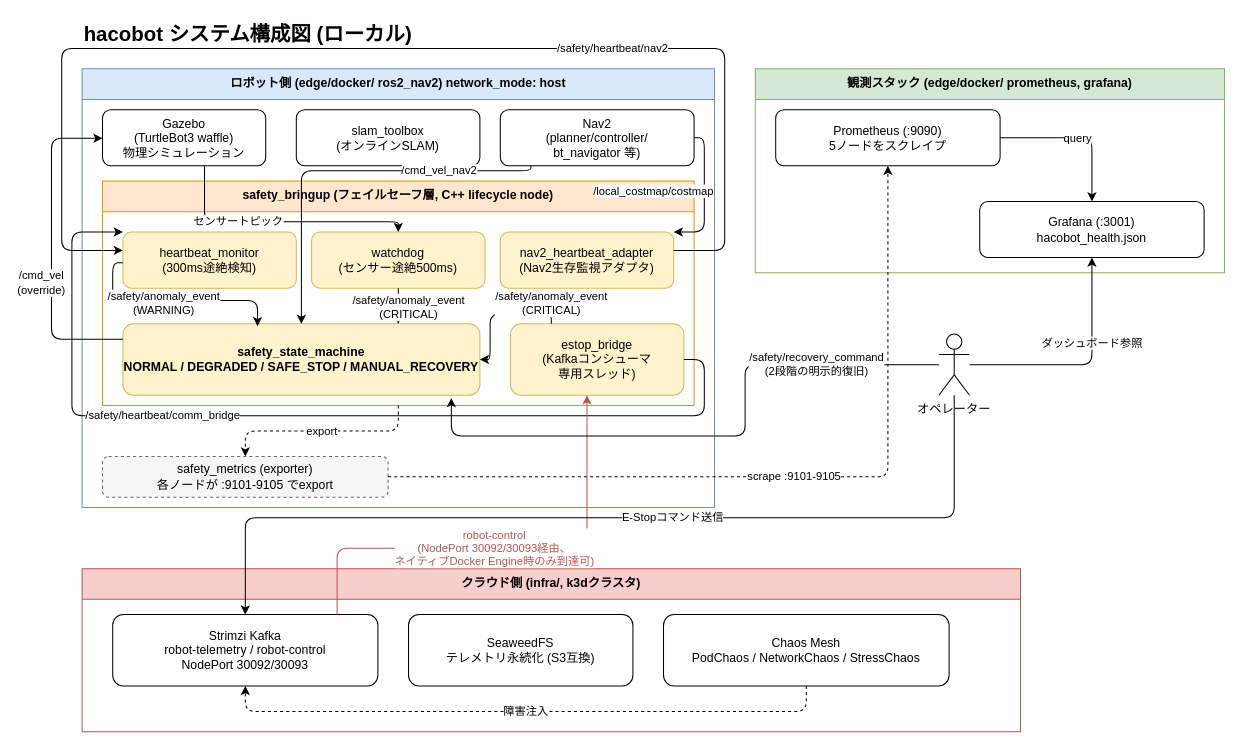
Earlier version of the draw.io diagram docs/architecture-diagram.drawio (daigo424/hacobot). Source tidied: cells renumbered, new cells numbered last; positions are measured from the earlier drawing's top-left corner, leaving out a move shared by most shapes. Both pictures are drawn from the tidied source at 102%, with x=0, y=0 at pixel (51, 17).
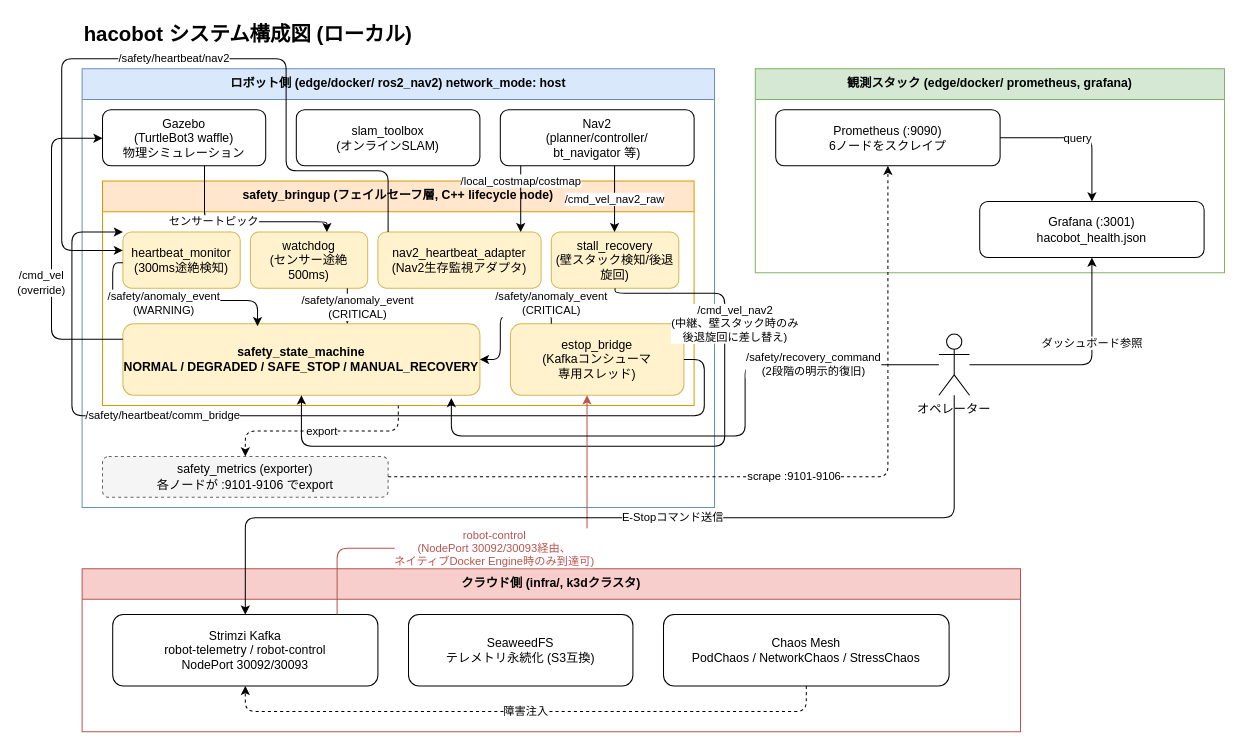
The same diagram, later.

The change refers to these unchanged cells:
```xml
<mxCell id="3" value="ロボット側 (edge/docker/ ros2_nav2) network_mode: host" style="swimlane;whiteSpace=wrap;html=1;startSize=30;fillColor=#DAE8FC;strokeColor=#6C8EBF;verticalAlign=top;fontStyle=1;" parent="1" vertex="1">
  <mxGeometry x="30" y="50" width="620" height="430" as="geometry" />
</mxCell>
<mxCell id="4" value="Gazebo&#10;(TurtleBot3 waffle)&#10;物理シミュレーション" style="rounded=1;whiteSpace=wrap;html=1;fillColor=#FFFFFF;strokeColor=#000000;" parent="3" vertex="1">
  <mxGeometry x="20" y="40" width="160" height="55" as="geometry" />
</mxCell>
<mxCell id="6" value="Nav2&#10;(planner/controller/&#10;bt_navigator 等)" style="rounded=1;whiteSpace=wrap;html=1;fillColor=#FFFFFF;strokeColor=#000000;" parent="3" vertex="1">
  <mxGeometry x="410" y="40" width="190" height="55" as="geometry" />
</mxCell>
<mxCell id="7" value="safety_bringup (フェイルセーフ層, C++ lifecycle node)" style="swimlane;whiteSpace=wrap;html=1;startSize=30;fillColor=#FFE6CC;strokeColor=#D79B00;verticalAlign=top;fontStyle=1;" parent="3" vertex="1">
  <mxGeometry x="20" y="110" width="580" height="220" as="geometry" />
</mxCell>
<mxCell id="11" value="safety_state_machine&#10;NORMAL / DEGRADED / SAFE_STOP / MANUAL_RECOVERY" style="rounded=1;whiteSpace=wrap;html=1;fillColor=#FFF2CC;strokeColor=#D6B656;fontStyle=1;" parent="7" vertex="1">
  <mxGeometry x="20" y="140" width="350" height="70" as="geometry" />
</mxCell>
<mxCell id="12" value="estop_bridge&#10;(Kafkaコンシューマ&#10;専用スレッド)" style="rounded=1;whiteSpace=wrap;html=1;fillColor=#FFF2CC;strokeColor=#D6B656;" parent="7" vertex="1">
  <mxGeometry x="400" y="140" width="170" height="70" as="geometry" />
</mxCell>
<mxCell id="14" value="観測スタック (edge/docker/ prometheus, grafana)" style="swimlane;whiteSpace=wrap;html=1;startSize=30;fillColor=#D5E8D4;strokeColor=#82B366;verticalAlign=top;fontStyle=1;" parent="1" vertex="1">
  <mxGeometry x="690" y="50" width="460" height="200" as="geometry" />
</mxCell>
<mxCell id="17" value="オペレーター" style="shape=umlActor;whiteSpace=wrap;html=1;verticalLabelPosition=bottom;verticalAlign=top;outlineConnect=0;fillColor=#FFFFFF;strokeColor=#000000;labelWidth=200;" parent="1" vertex="1">
  <mxGeometry x="870" y="310" width="30" height="60" as="geometry" />
</mxCell>
```

Diff of the diagram source:
```diff
@@
     <mxCell id="8" value="heartbeat_monitor&#10;(300ms途絶検知)" style="rounded=1;whiteSpace=wrap;html=1;fillColor=#FFF2CC;strokeColor=#D6B656;" parent="7" vertex="1">
-      <mxGeometry x="20" y="50" width="170" height="55" as="geometry" />
+      <mxGeometry x="20" y="50" width="115" height="55" as="geometry" />
     </mxCell>
     <mxCell id="9" value="watchdog&#10;(センサー途絶500ms)" style="rounded=1;whiteSpace=wrap;html=1;fillColor=#FFF2CC;strokeColor=#D6B656;" parent="7" vertex="1">
-      <mxGeometry x="205" y="50" width="170" height="55" as="geometry" />
+      <mxGeometry x="145" y="50" width="115" height="55" as="geometry" />
     </mxCell>
     <mxCell id="10" value="nav2_heartbeat_adapter&#10;(Nav2生存監視アダプタ)" style="rounded=1;whiteSpace=wrap;html=1;fillColor=#FFF2CC;strokeColor=#D6B656;" parent="7" vertex="1">
-      <mxGeometry x="390" y="50" width="170" height="55" as="geometry" />
+      <mxGeometry x="270" y="50" width="160" height="55" as="geometry" />
     </mxCell>
+    <mxCell id="39" value="stall_recovery&#10;(壁スタック検知/後退旋回)" style="rounded=1;whiteSpace=wrap;html=1;fillColor=#FFF2CC;strokeColor=#D6B656;" parent="7" vertex="1">
+      <mxGeometry x="440" y="50" width="125" height="55" as="geometry" />
+    </mxCell>
@@
-    <mxCell id="13" value="safety_metrics (exporter)&#10;各ノードが :9101-9105 でexport" style="rounded=1;whiteSpace=wrap;html=1;fillColor=#F5F5F5;strokeColor=#666666;dashed=1;" parent="3" vertex="1">
+    <mxCell id="13" value="safety_metrics (exporter)&#10;各ノードが :9101-9106 でexport" style="rounded=1;whiteSpace=wrap;html=1;fillColor=#F5F5F5;strokeColor=#666666;dashed=1;" parent="3" vertex="1">
       <mxGeometry x="20" y="380" width="280" height="40" as="geometry" />
     </mxCell>
@@
-    <mxCell id="15" value="Prometheus (:9090)&#10;5ノードをスクレイプ" style="rounded=1;whiteSpace=wrap;html=1;fillColor=#FFFFFF;strokeColor=#000000;" parent="14" vertex="1">
+    <mxCell id="15" value="Prometheus (:9090)&#10;6ノードをスクレイプ" style="rounded=1;whiteSpace=wrap;html=1;fillColor=#FFFFFF;strokeColor=#000000;" parent="14" vertex="1">
       <mxGeometry x="20" y="40" width="220" height="55" as="geometry" />
     </mxCell>
@@
     <mxCell id="22" value="センサートピック" style="edgeStyle=orthogonalEdgeStyle;rounded=1;html=1;fontSize=11;curved=0;" parent="1" edge="1" source="4" target="9">
       <mxGeometry x="-0.31" relative="1" as="geometry">
         <Array as="points">
           <mxPoint x="150" y="200" />
-          <mxPoint x="340" y="200" />
+          <mxPoint x="270" y="200" />
         </Array>
       </mxGeometry>
     </mxCell>
     <mxCell id="23" value="/local_costmap/costmap" style="edgeStyle=orthogonalEdgeStyle;rounded=1;html=1;fontSize=11;curved=0;" parent="1" edge="1" source="6" target="10">
-      <mxGeometry x="1" y="-45" relative="1" as="geometry">
+      <mxGeometry x="-0.54" relative="1" as="geometry">
         <Array as="points">
-          <mxPoint x="640" y="118" />
-          <mxPoint x="640" y="210" />
+          <mxPoint x="460" y="170" />
+          <mxPoint x="460" y="170" />
         </Array>
-        <mxPoint x="-20" y="5" as="offset" />
       </mxGeometry>
     </mxCell>
     <mxCell id="24" value="/safety/heartbeat/nav2" style="edgeStyle=orthogonalEdgeStyle;rounded=1;html=1;fontSize=11;curved=0;" parent="1" edge="1" source="10" target="8">
-      <mxGeometry x="-0.38" relative="1" as="geometry">
+      <mxGeometry x="0.03" relative="1" as="geometry">
         <Array as="points">
-          <mxPoint x="660" y="228" />
-          <mxPoint x="660" y="30" />
-          <mxPoint x="10" y="30" />
+          <mxPoint x="330" y="150" />
+          <mxPoint x="230" y="150" />
+          <mxPoint x="230" y="40" />
+          <mxPoint x="10" y="40" />
           <mxPoint x="10" y="228" />
         </Array>
       </mxGeometry>
     </mxCell>
@@
     <mxCell id="27" value="/safety/anomaly_event&lt;div&gt;(CRITICAL)&lt;/div&gt;" style="edgeStyle=orthogonalEdgeStyle;rounded=1;html=1;fontSize=11;curved=0;" parent="1" edge="1" source="9" target="11">
       <mxGeometry x="0.11" y="10" relative="1" as="geometry">
         <Array as="points">
-          <mxPoint x="340" y="290" />
-          <mxPoint x="340" y="290" />
+          <mxPoint x="290" y="270" />
+          <mxPoint x="290" y="270" />
         </Array>
       </mxGeometry>
     </mxCell>
     <mxCell id="28" value="/safety/anomaly_event&lt;div&gt;(CRITICAL)&lt;/div&gt;" style="edgeStyle=orthogonalEdgeStyle;rounded=1;html=1;fontSize=11;curved=0;entryX=1;entryY=0.5;entryDx=0;entryDy=0;" parent="1" edge="1" source="12" target="11">
       <mxGeometry x="-0.84" y="-10" relative="1" as="geometry">
         <Array as="points">
           <mxPoint x="490" y="290" />
-          <mxPoint x="430" y="290" />
-          <mxPoint x="430" y="335" />
+          <mxPoint x="440" y="290" />
+          <mxPoint x="440" y="335" />
         </Array>
       </mxGeometry>
     </mxCell>
-    <mxCell id="29" value="/cmd_vel_nav2" style="edgeStyle=orthogonalEdgeStyle;rounded=1;html=1;fontSize=11;curved=0;" parent="1" edge="1" source="6" target="11">
-      <mxGeometry x="-0.5" relative="1" as="geometry">
+    <mxCell id="29" value="/cmd_vel_nav2_raw" style="edgeStyle=orthogonalEdgeStyle;rounded=1;html=1;fontSize=11;curved=0;" parent="1" edge="1" source="6" target="39">
+      <mxGeometry relative="1" as="geometry">
         <Array as="points">
-          <mxPoint x="470" y="150" />
-          <mxPoint x="245" y="150" />
+          <mxPoint x="552" y="150" />
         </Array>
       </mxGeometry>
     </mxCell>
+    <mxCell id="40" value="/cmd_vel_nav2&lt;div&gt;(中継、壁スタック時のみ&lt;/div&gt;&lt;div&gt;後退旋回に差し替え)&lt;/div&gt;" style="edgeStyle=orthogonalEdgeStyle;rounded=1;html=1;fontSize=11;curved=0;" parent="1" edge="1" source="39" target="11">
+      <mxGeometry x="-0.61" y="10" relative="1" as="geometry">
+        <Array as="points">
+          <mxPoint x="552.5" y="270" />
+          <mxPoint x="660" y="270" />
+          <mxPoint x="660" y="420" />
+          <mxPoint x="245" y="420" />
+        </Array>
+      </mxGeometry>
+    </mxCell>
@@
-    <mxCell id="32" value="scrape :9101-9105" style="edgeStyle=orthogonalEdgeStyle;rounded=1;html=1;dashed=1;fontSize=11;curved=0;" parent="1" edge="1" source="13" target="15">
+    <mxCell id="32" value="scrape :9101-9106" style="edgeStyle=orthogonalEdgeStyle;rounded=1;html=1;dashed=1;fontSize=11;curved=0;" parent="1" edge="1" source="13" target="15">
       <mxGeometry relative="1" as="geometry" />
     </mxCell>
@@
     <mxCell id="37" value="/safety/recovery_command&#10;(2段階の明示的復旧)" style="edgeStyle=orthogonalEdgeStyle;rounded=1;html=1;fontSize=11;curved=0;entryX=0.92;entryY=1.039;entryDx=0;entryDy=0;entryPerimeter=0;" parent="1" edge="1" source="17" target="11">
-      <mxGeometry x="-0.59" relative="1" as="geometry">
+      <mxGeometry x="-0.58" relative="1" as="geometry">
         <Array as="points">
           <mxPoint x="680" y="340" />
           <mxPoint x="680" y="410" />
           <mxPoint x="392" y="410" />
         </Array>
       </mxGeometry>
     </mxCell>
```
